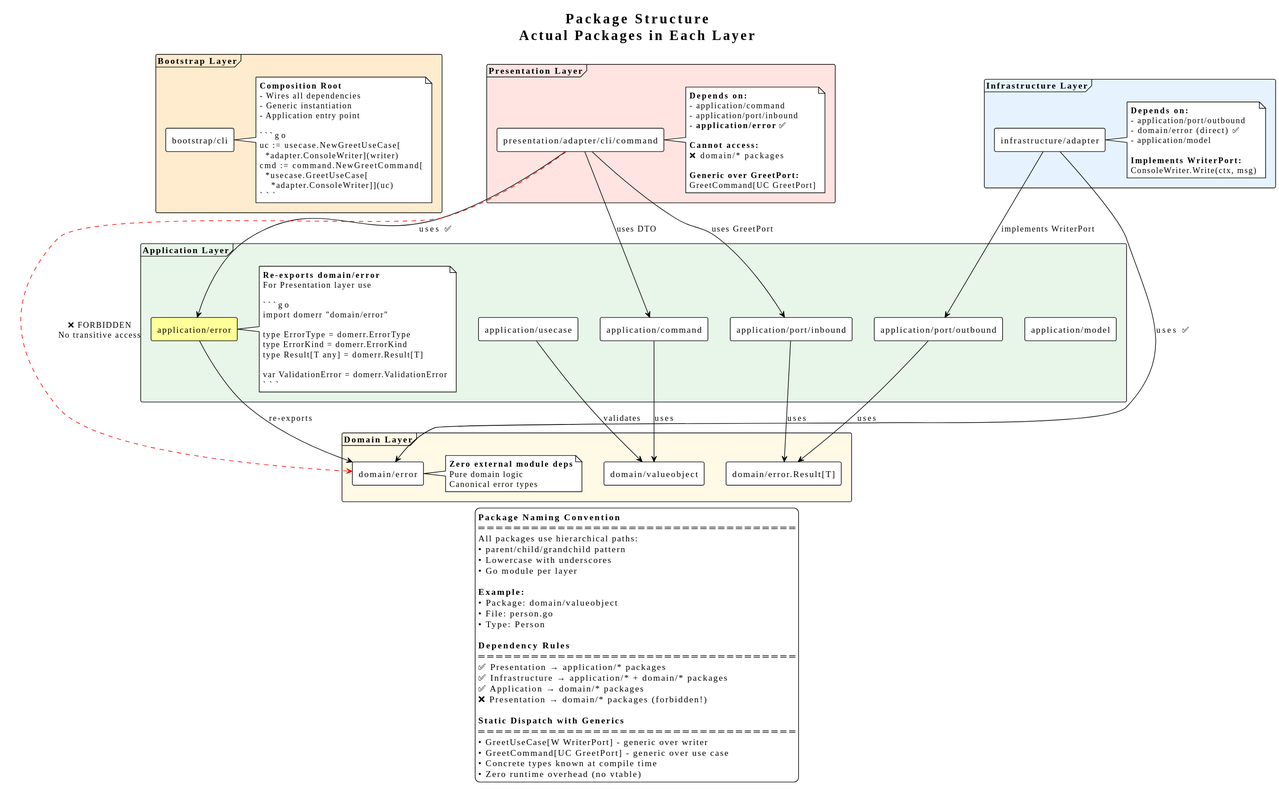
The PlantUML diagram docs/diagrams/package_structure.svg in gamerandomhobby/hybrid_lib_go, before a commit. Its diagram source:
````plantuml
@startuml
!theme plain
skinparam componentStyle rectangle

title Package Structure\nActual Packages in Each Layer

frame "Bootstrap Layer" #FFEBCD {
  component "bootstrap/cli" as BootstrapCLI
  note right of BootstrapCLI
    **Composition Root**
    - Wires all dependencies
    - Generic instantiation
    - Application entry point

    ```go
    uc := usecase.NewGreetUseCase[
      *adapter.ConsoleWriter](writer)
    cmd := command.NewGreetCommand[
      *usecase.GreetUseCase[
        *adapter.ConsoleWriter]](uc)
    ```
  end note
}

frame "Presentation Layer" #FFE4E1 {
  component "presentation/adapter/cli/command" as PresentationGreet
  note right of PresentationGreet
    **Depends on:**
    - application/command
    - application/port/inbound
    - **application/error** ✅

    **Cannot access:**
    ❌ domain/* packages

    **Generic over GreetPort:**
    GreetCommand[UC GreetPort]
  end note
}

frame "Infrastructure Layer" #E6F3FF {
  component "infrastructure/adapter" as InfraConsole
  note right of InfraConsole
    **Depends on:**
    - application/port/outbound
    - domain/error (direct) ✅
    - application/model

    **Implements WriterPort:**
    ConsoleWriter.Write(ctx, msg)
  end note
}

frame "Application Layer" #E8F5E9 {
  component "application/error" as AppError #FFFF99
  component "application/command" as AppCommand
  component "application/usecase" as AppUsecase
  component "application/port/outbound" as AppOutbound
  component "application/port/inbound" as AppInbound
  component "application/model" as AppModel

  note right of AppError
    **Re-exports domain/error**
    For Presentation layer use

    ```go
    import domerr "domain/error"

    type ErrorType = domerr.ErrorType
    type ErrorKind = domerr.ErrorKind
    type Result[T any] = domerr.Result[T]

    var ValidationError = domerr.ValidationError
    ```
  end note
}

frame "Domain Layer" #FFF9E6 {
  component "domain/error" as DomainError
  component "domain/error.Result[T]" as DomainResult
  component "domain/valueobject" as DomainPerson

  note right of DomainError
    **Zero external module deps**
    Pure domain logic
    Canonical error types
  end note
}

PresentationGreet -down-> AppCommand : uses DTO
PresentationGreet -down-> AppInbound : uses GreetPort
PresentationGreet -down-> AppError : uses ✅

InfraConsole -down-> AppOutbound : implements WriterPort
InfraConsole -down-> DomainError : uses ✅

AppCommand -down-> DomainPerson : uses
AppUsecase -down-> DomainPerson : validates
AppOutbound -down-> DomainResult : uses
AppInbound -down-> DomainResult : uses
AppError -down-> DomainError : re-exports

PresentationGreet .right.> DomainError #red : ❌ FORBIDDEN\nNo transitive access

legend bottom
  **Package Naming Convention**
  ════════════════════════════════════
  All packages use hierarchical paths:
  • parent/child/grandchild pattern
  • Lowercase with underscores
  • Go module per layer

  **Example:**
  • Package: domain/valueobject
  • File: person.go
  • Type: Person

  **Dependency Rules**
  ════════════════════════════════════
  ✅ Presentation → application/* packages
  ✅ Infrastructure → application/* + domain/* packages
  ✅ Application → domain/* packages
  ❌ Presentation → domain/* packages (forbidden!)

  **Static Dispatch with Generics**
  ════════════════════════════════════
  • GreetUseCase[W WriterPort] - generic over writer
  • GreetCommand[UC GreetPort] - generic over use case
  • Concrete types known at compile time
  • Zero runtime overhead (no vtable)
endlegend
@enduml
````
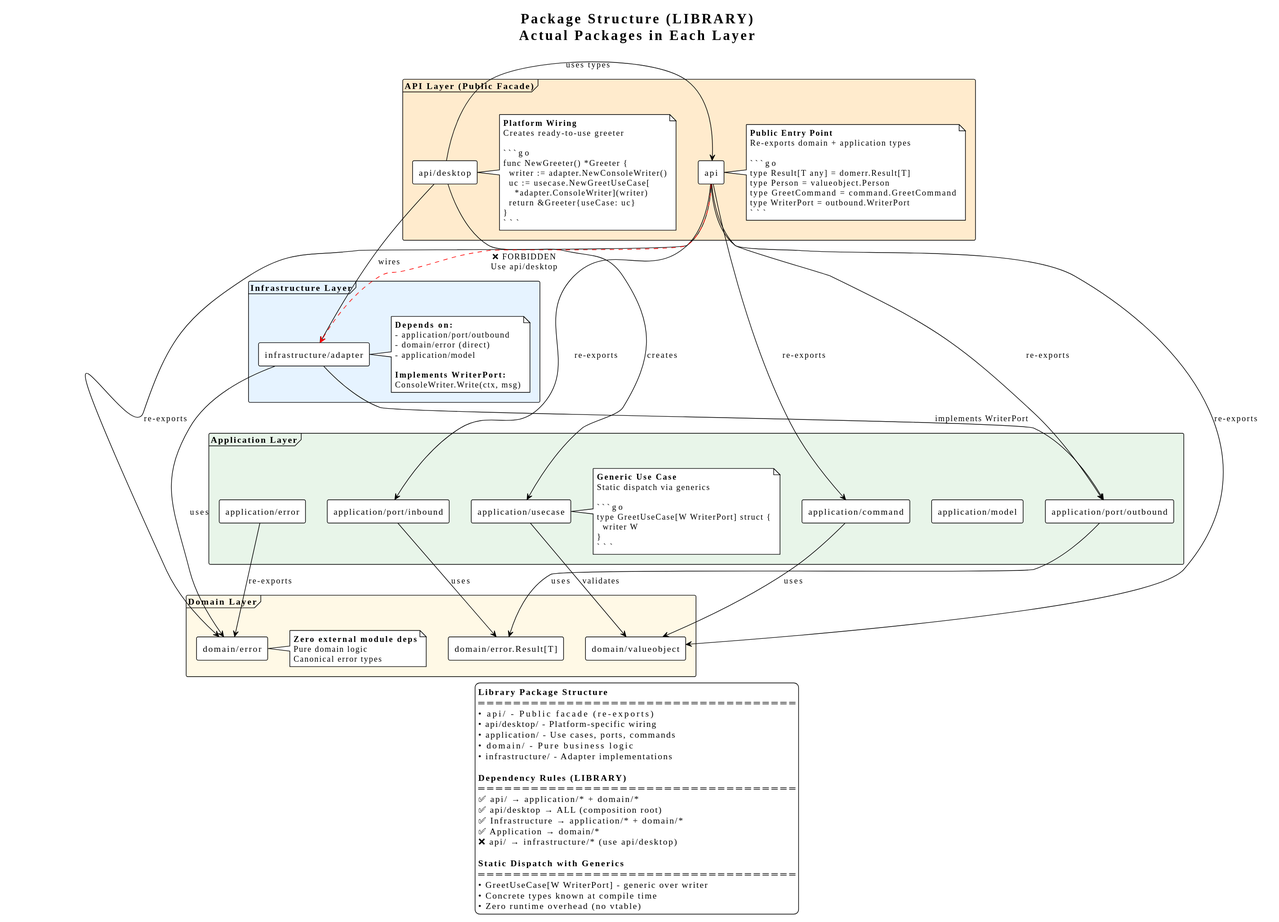
After the commit.

Change to the diagram source:
````diff
@@ -2,39 +2,34 @@
 !theme plain
 skinparam componentStyle rectangle
 
-title Package Structure\nActual Packages in Each Layer
+title Package Structure (LIBRARY)\nActual Packages in Each Layer
 
-frame "Bootstrap Layer" #FFEBCD {
-  component "bootstrap/cli" as BootstrapCLI
-  note right of BootstrapCLI
-    **Composition Root**
-    - Wires all dependencies
-    - Generic instantiation
-    - Application entry point
+frame "API Layer (Public Facade)" #FFEBCD {
+  component "api" as APIFacade
+  component "api/desktop" as APIDesktop
+  note right of APIFacade
+    **Public Entry Point**
+    Re-exports domain + application types
 
     ```go
-    uc := usecase.NewGreetUseCase[
-      *adapter.ConsoleWriter](writer)
-    cmd := command.NewGreetCommand[
-      *usecase.GreetUseCase[
-        *adapter.ConsoleWriter]](uc)
+    type Result[T any] = domerr.Result[T]
+    type Person = valueobject.Person
+    type GreetCommand = command.GreetCommand
+    type WriterPort = outbound.WriterPort
     ```
   end note
-}
+  note right of APIDesktop
+    **Platform Wiring**
+    Creates ready-to-use greeter
 
-frame "Presentation Layer" #FFE4E1 {
-  component "presentation/adapter/cli/command" as PresentationGreet
-  note right of PresentationGreet
-    **Depends on:**
-    - application/command
-    - application/port/inbound
-    - **application/error** ✅
-
-    **Cannot access:**
-    ❌ domain/* packages
-
-    **Generic over GreetPort:**
-    GreetCommand[UC GreetPort]
+    ```go
+    func NewGreeter() *Greeter {
+      writer := adapter.NewConsoleWriter()
+      uc := usecase.NewGreetUseCase[
+        *adapter.ConsoleWriter](writer)
+      return &Greeter{useCase: uc}
+    }
+    ```
   end note
 }
 
@@ -43,7 +38,7 @@
   note right of InfraConsole
     **Depends on:**
     - application/port/outbound
-    - domain/error (direct) ✅
+    - domain/error (direct)
     - application/model
 
     **Implements WriterPort:**
@@ -52,25 +47,21 @@
 }
 
 frame "Application Layer" #E8F5E9 {
-  component "application/error" as AppError #FFFF99
   component "application/command" as AppCommand
   component "application/usecase" as AppUsecase
   component "application/port/outbound" as AppOutbound
   component "application/port/inbound" as AppInbound
   component "application/model" as AppModel
+  component "application/error" as AppError
 
-  note right of AppError
-    **Re-exports domain/error**
-    For Presentation layer use
+  note right of AppUsecase
+    **Generic Use Case**
+    Static dispatch via generics
 
     ```go
-    import domerr "domain/error"
-
-    type ErrorType = domerr.ErrorType
-    type ErrorKind = domerr.ErrorKind
-    type Result[T any] = domerr.Result[T]
-
-    var ValidationError = domerr.ValidationError
+    type GreetUseCase[W WriterPort] struct {
+      writer W
+    }
     ```
   end note
 }
@@ -87,12 +78,18 @@
   end note
 }
 
-PresentationGreet -down-> AppCommand : uses DTO
-PresentationGreet -down-> AppInbound : uses GreetPort
-PresentationGreet -down-> AppError : uses ✅
+APIFacade -down-> AppCommand : re-exports
+APIFacade -down-> AppInbound : re-exports
+APIFacade -down-> AppOutbound : re-exports
+APIFacade -down-> DomainError : re-exports
+APIFacade -down-> DomainPerson : re-exports
+
+APIDesktop -down-> InfraConsole : wires
+APIDesktop -down-> AppUsecase : creates
+APIDesktop -left-> APIFacade : uses types
 
 InfraConsole -down-> AppOutbound : implements WriterPort
-InfraConsole -down-> DomainError : uses ✅
+InfraConsole -down-> DomainError : uses
 
 AppCommand -down-> DomainPerson : uses
 AppUsecase -down-> DomainPerson : validates
@@ -100,32 +97,28 @@
 AppInbound -down-> DomainResult : uses
 AppError -down-> DomainError : re-exports
 
-PresentationGreet .right.> DomainError #red : ❌ FORBIDDEN\nNo transitive access
+APIFacade .right.> InfraConsole #red : ❌ FORBIDDEN\nUse api/desktop
 
 legend bottom
-  **Package Naming Convention**
+  **Library Package Structure**
   ════════════════════════════════════
-  All packages use hierarchical paths:
-  • parent/child/grandchild pattern
-  • Lowercase with underscores
-  • Go module per layer
+  • api/         - Public facade (re-exports)
+  • api/desktop/ - Platform-specific wiring
+  • application/ - Use cases, ports, commands
+  • domain/      - Pure business logic
+  • infrastructure/ - Adapter implementations
 
-  **Example:**
-  • Package: domain/valueobject
-  • File: person.go
-  • Type: Person
-
-  **Dependency Rules**
+  **Dependency Rules (LIBRARY)**
   ════════════════════════════════════
-  ✅ Presentation → application/* packages
-  ✅ Infrastructure → application/* + domain/* packages
-  ✅ Application → domain/* packages
-  ❌ Presentation → domain/* packages (forbidden!)
+  ✅ api/ → application/* + domain/*
+  ✅ api/desktop → ALL (composition root)
+  ✅ Infrastructure → application/* + domain/*
+  ✅ Application → domain/*
+  ❌ api/ → infrastructure/* (use api/desktop)
 
   **Static Dispatch with Generics**
   ════════════════════════════════════
   • GreetUseCase[W WriterPort] - generic over writer
-  • GreetCommand[UC GreetPort] - generic over use case
   • Concrete types known at compile time
   • Zero runtime overhead (no vtable)
 endlegend
````
